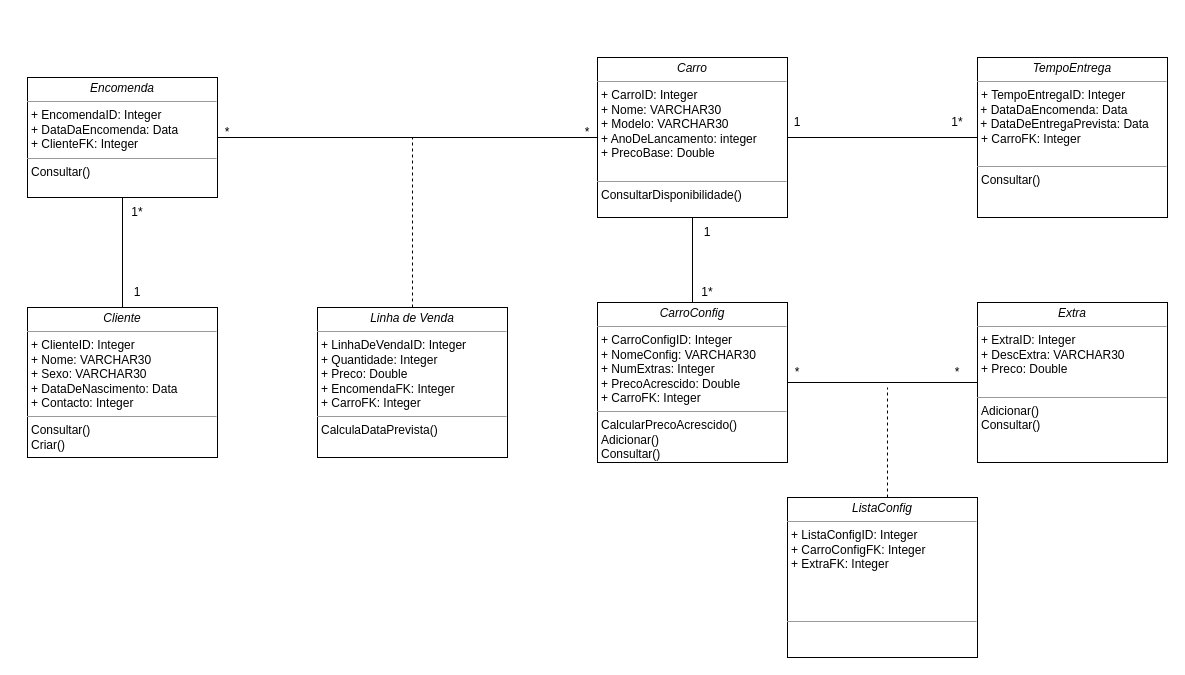
Before: wwwroot/documents/Group3/GuilhermeAlves/Projeto_ES2/DiagramaClassesProjeto/DiagramaDeClassesProjeto.drawio in noellopes/CarManufactoring, a draw.io diagram. Source tidied: cells renumbered, new cells numbered last; positions are measured from the earlier drawing's top-left corner, leaving out a move shared by most shapes. Both pictures are drawn from the tidied source at 100%, with x=0, y=0 at pixel (27, 57).
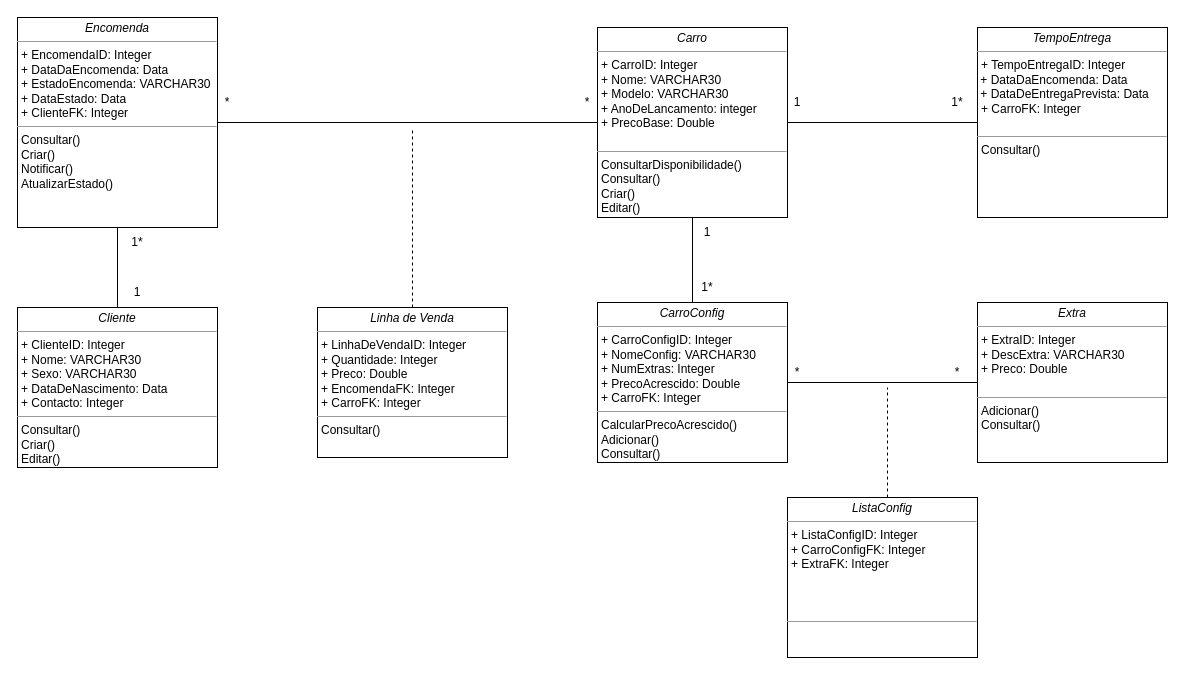
After the change.

The edit, as a diff of the source:
```diff
@@
-    <mxCell id="2" value="&lt;p style=&quot;margin:0px;margin-top:4px;text-align:center;&quot;&gt;&lt;i&gt;Cliente&lt;/i&gt;&lt;/p&gt;&lt;hr size=&quot;1&quot;&gt;&lt;p style=&quot;margin:0px;margin-left:4px;&quot;&gt;+ ClienteID: Integer&lt;br&gt;+ Nome: VARCHAR30&lt;/p&gt;&lt;p style=&quot;margin:0px;margin-left:4px;&quot;&gt;+ Sexo: VARCHAR30&lt;br&gt;&lt;/p&gt;&lt;p style=&quot;margin:0px;margin-left:4px;&quot;&gt;+ DataDeNascimento: Data&lt;br&gt;&lt;/p&gt;&lt;p style=&quot;margin:0px;margin-left:4px;&quot;&gt;+ Contacto: Integer&lt;/p&gt;&lt;hr size=&quot;1&quot;&gt;&lt;p style=&quot;margin:0px;margin-left:4px;&quot;&gt;Consultar()&lt;/p&gt;&lt;p style=&quot;margin:0px;margin-left:4px;&quot;&gt;Criar()&lt;/p&gt;" style="verticalAlign=top;align=left;overflow=fill;fontSize=12;fontFamily=Helvetica;html=1;rounded=0;shadow=0;comic=0;labelBackgroundColor=none;strokeWidth=1;" parent="1" vertex="1">
-      <mxGeometry y="250" width="190" height="150" as="geometry" />
+    <mxCell id="2" value="&lt;p style=&quot;margin:0px;margin-top:4px;text-align:center;&quot;&gt;&lt;i&gt;Cliente&lt;/i&gt;&lt;/p&gt;&lt;hr size=&quot;1&quot;&gt;&lt;p style=&quot;margin:0px;margin-left:4px;&quot;&gt;+ ClienteID: Integer&lt;br&gt;+ Nome: VARCHAR30&lt;/p&gt;&lt;p style=&quot;margin:0px;margin-left:4px;&quot;&gt;+ Sexo: VARCHAR30&lt;br&gt;&lt;/p&gt;&lt;p style=&quot;margin:0px;margin-left:4px;&quot;&gt;+ DataDeNascimento: Data&lt;br&gt;&lt;/p&gt;&lt;p style=&quot;margin:0px;margin-left:4px;&quot;&gt;+ Contacto: Integer&lt;/p&gt;&lt;hr size=&quot;1&quot;&gt;&lt;p style=&quot;margin:0px;margin-left:4px;&quot;&gt;Consultar()&lt;/p&gt;&lt;p style=&quot;margin:0px;margin-left:4px;&quot;&gt;Criar()&lt;/p&gt;&lt;p style=&quot;margin:0px;margin-left:4px;&quot;&gt;Editar()&lt;br&gt;&lt;/p&gt;" style="verticalAlign=top;align=left;overflow=fill;fontSize=12;fontFamily=Helvetica;html=1;rounded=0;shadow=0;comic=0;labelBackgroundColor=none;strokeWidth=1;" parent="1" vertex="1">
+      <mxGeometry x="-10" y="250" width="200" height="160" as="geometry" />
     </mxCell>
-    <mxCell id="3" value="&lt;p style=&quot;margin:0px;margin-top:4px;text-align:center;&quot;&gt;&lt;i&gt;Encomenda&lt;/i&gt;&lt;/p&gt;&lt;hr size=&quot;1&quot;&gt;&lt;p style=&quot;margin:0px;margin-left:4px;&quot;&gt;+ EncomendaID: Integer&lt;br&gt;+ DataDaEncomenda: Data&lt;/p&gt;&lt;p style=&quot;margin:0px;margin-left:4px;&quot;&gt;+ ClienteFK: Integer&lt;/p&gt;&lt;hr size=&quot;1&quot;&gt;&lt;p style=&quot;margin: 0px 0px 0px 4px;&quot;&gt;Consultar()&lt;br&gt;&lt;/p&gt;&lt;p style=&quot;margin: 0px 0px 0px 4px;&quot;&gt;&lt;br&gt;&lt;/p&gt;" style="verticalAlign=top;align=left;overflow=fill;fontSize=12;fontFamily=Helvetica;html=1;rounded=0;shadow=0;comic=0;labelBackgroundColor=none;strokeWidth=1;" parent="1" vertex="1">
-      <mxGeometry y="20" width="190" height="120" as="geometry" />
+    <mxCell id="3" value="&lt;p style=&quot;margin:0px;margin-top:4px;text-align:center;&quot;&gt;&lt;i&gt;Encomenda&lt;/i&gt;&lt;/p&gt;&lt;hr size=&quot;1&quot;&gt;&lt;p style=&quot;margin:0px;margin-left:4px;&quot;&gt;+ EncomendaID: Integer&lt;br&gt;+ DataDaEncomenda: Data&lt;/p&gt;&lt;p style=&quot;margin: 0px 0px 0px 4px;&quot;&gt;+ EstadoEncomenda: VARCHAR30&lt;br&gt;&lt;/p&gt;&lt;p style=&quot;margin: 0px 0px 0px 4px;&quot;&gt;+ DataEstado: Data&lt;/p&gt;&lt;p style=&quot;margin: 0px 0px 0px 4px;&quot;&gt;+ ClienteFK: Integer&lt;br&gt;&lt;/p&gt;&lt;hr size=&quot;1&quot;&gt;&lt;p style=&quot;margin: 0px 0px 0px 4px;&quot;&gt;Consultar()&lt;br&gt;&lt;/p&gt;&lt;p style=&quot;margin: 0px 0px 0px 4px;&quot;&gt;Criar()&lt;/p&gt;&lt;p style=&quot;margin: 0px 0px 0px 4px;&quot;&gt;Notificar()&lt;/p&gt;&lt;p style=&quot;margin: 0px 0px 0px 4px;&quot;&gt;AtualizarEstado()&lt;/p&gt;&lt;p style=&quot;margin: 0px 0px 0px 4px;&quot;&gt;&lt;br&gt;&lt;/p&gt;" style="verticalAlign=top;align=left;overflow=fill;fontSize=12;fontFamily=Helvetica;html=1;rounded=0;shadow=0;comic=0;labelBackgroundColor=none;strokeWidth=1;" parent="1" vertex="1">
+      <mxGeometry x="-10" y="-40" width="200" height="210" as="geometry" />
     </mxCell>
-    <mxCell id="4" value="&lt;p style=&quot;margin:0px;margin-top:4px;text-align:center;&quot;&gt;&lt;i&gt;Carro&lt;/i&gt;&lt;/p&gt;&lt;hr size=&quot;1&quot;&gt;&lt;p style=&quot;margin:0px;margin-left:4px;&quot;&gt;+ CarroID: Integer&lt;br&gt;+ Nome: VARCHAR30&lt;/p&gt;&lt;p style=&quot;margin:0px;margin-left:4px;&quot;&gt;+ Modelo: VARCHAR30&lt;br&gt;&lt;/p&gt;&lt;p style=&quot;margin:0px;margin-left:4px;&quot;&gt;+ AnoDeLancamento: integer&lt;br&gt;&lt;/p&gt;&lt;p style=&quot;margin:0px;margin-left:4px;&quot;&gt;+ PrecoBase: Double&lt;/p&gt;&lt;p style=&quot;margin:0px;margin-left:4px;&quot;&gt;&lt;br&gt;&lt;/p&gt;&lt;hr size=&quot;1&quot;&gt;&lt;p style=&quot;margin: 0px 0px 0px 4px;&quot;&gt;ConsultarDisponibilidade()&lt;br&gt;&lt;/p&gt;&lt;p style=&quot;margin: 0px 0px 0px 4px;&quot;&gt;&lt;br&gt;&lt;/p&gt;" style="verticalAlign=top;align=left;overflow=fill;fontSize=12;fontFamily=Helvetica;html=1;rounded=0;shadow=0;comic=0;labelBackgroundColor=none;strokeWidth=1;" parent="1" vertex="1">
-      <mxGeometry x="570" width="190" height="160" as="geometry" />
+    <mxCell id="4" value="&lt;p style=&quot;margin:0px;margin-top:4px;text-align:center;&quot;&gt;&lt;i&gt;Carro&lt;/i&gt;&lt;/p&gt;&lt;hr size=&quot;1&quot;&gt;&lt;p style=&quot;margin:0px;margin-left:4px;&quot;&gt;+ CarroID: Integer&lt;br&gt;+ Nome: VARCHAR30&lt;/p&gt;&lt;p style=&quot;margin:0px;margin-left:4px;&quot;&gt;+ Modelo: VARCHAR30&lt;br&gt;&lt;/p&gt;&lt;p style=&quot;margin:0px;margin-left:4px;&quot;&gt;+ AnoDeLancamento: integer&lt;br&gt;&lt;/p&gt;&lt;p style=&quot;margin:0px;margin-left:4px;&quot;&gt;+ PrecoBase: Double&lt;/p&gt;&lt;p style=&quot;margin:0px;margin-left:4px;&quot;&gt;&lt;br&gt;&lt;/p&gt;&lt;hr size=&quot;1&quot;&gt;&lt;p style=&quot;margin: 0px 0px 0px 4px;&quot;&gt;ConsultarDisponibilidade()&lt;br&gt;&lt;/p&gt;&lt;p style=&quot;margin: 0px 0px 0px 4px;&quot;&gt;Consultar()&lt;/p&gt;&lt;p style=&quot;margin: 0px 0px 0px 4px;&quot;&gt;Criar()&lt;/p&gt;&lt;p style=&quot;margin: 0px 0px 0px 4px;&quot;&gt;Editar()&lt;br&gt;&lt;/p&gt;&lt;p style=&quot;margin: 0px 0px 0px 4px;&quot;&gt;&lt;br&gt;&lt;/p&gt;" style="verticalAlign=top;align=left;overflow=fill;fontSize=12;fontFamily=Helvetica;html=1;rounded=0;shadow=0;comic=0;labelBackgroundColor=none;strokeWidth=1;" parent="1" vertex="1">
+      <mxGeometry x="570" y="-30" width="190" height="190" as="geometry" />
     </mxCell>
-    <mxCell id="5" value="&lt;p style=&quot;margin:0px;margin-top:4px;text-align:center;&quot;&gt;&lt;i&gt;Linha de Venda&lt;/i&gt;&lt;/p&gt;&lt;hr size=&quot;1&quot;&gt;&lt;p style=&quot;margin:0px;margin-left:4px;&quot;&gt;+ LinhaDeVendaID: Integer&lt;/p&gt;&lt;p style=&quot;margin:0px;margin-left:4px;&quot;&gt;+ Quantidade: Integer&lt;br&gt;+ Preco: Double&lt;/p&gt;&lt;p style=&quot;margin:0px;margin-left:4px;&quot;&gt;+ EncomendaFK: Integer&lt;br&gt;&lt;/p&gt;&lt;p style=&quot;margin:0px;margin-left:4px;&quot;&gt;+ CarroFK: Integer&lt;/p&gt;&lt;hr size=&quot;1&quot;&gt;&lt;p style=&quot;margin:0px;margin-left:4px;&quot;&gt;&lt;span style=&quot;background-color: initial;&quot;&gt;CalculaDataPrevista()&lt;/span&gt;&lt;br&gt;&lt;/p&gt;" style="verticalAlign=top;align=left;overflow=fill;fontSize=12;fontFamily=Helvetica;html=1;rounded=0;shadow=0;comic=0;labelBackgroundColor=none;strokeWidth=1;" parent="1" vertex="1">
+    <mxCell id="5" value="&lt;p style=&quot;margin:0px;margin-top:4px;text-align:center;&quot;&gt;&lt;i&gt;Linha de Venda&lt;/i&gt;&lt;/p&gt;&lt;hr size=&quot;1&quot;&gt;&lt;p style=&quot;margin:0px;margin-left:4px;&quot;&gt;+ LinhaDeVendaID: Integer&lt;/p&gt;&lt;p style=&quot;margin:0px;margin-left:4px;&quot;&gt;+ Quantidade: Integer&lt;br&gt;+ Preco: Double&lt;/p&gt;&lt;p style=&quot;margin:0px;margin-left:4px;&quot;&gt;+ EncomendaFK: Integer&lt;br&gt;&lt;/p&gt;&lt;p style=&quot;margin:0px;margin-left:4px;&quot;&gt;+ CarroFK: Integer&lt;/p&gt;&lt;hr size=&quot;1&quot;&gt;&lt;p style=&quot;margin:0px;margin-left:4px;&quot;&gt;&lt;span style=&quot;background-color: initial;&quot;&gt;Consultar()&lt;/span&gt;&lt;br&gt;&lt;/p&gt;" style="verticalAlign=top;align=left;overflow=fill;fontSize=12;fontFamily=Helvetica;html=1;rounded=0;shadow=0;comic=0;labelBackgroundColor=none;strokeWidth=1;" parent="1" vertex="1">
       <mxGeometry x="290" y="250" width="190" height="150" as="geometry" />
     </mxCell>
@@
     <mxCell id="8" value="1*" style="text;html=1;strokeColor=none;fillColor=none;align=center;verticalAlign=middle;whiteSpace=wrap;rounded=0;" parent="1" vertex="1">
-      <mxGeometry x="80" y="140" width="60" height="30" as="geometry" />
+      <mxGeometry x="80" y="170" width="60" height="30" as="geometry" />
     </mxCell>
@@
     <mxCell id="10" value="*" style="text;html=1;strokeColor=none;fillColor=none;align=center;verticalAlign=middle;whiteSpace=wrap;rounded=0;" parent="1" vertex="1">
-      <mxGeometry x="170" y="60" width="60" height="30" as="geometry" />
+      <mxGeometry x="170" y="30" width="60" height="30" as="geometry" />
     </mxCell>
     <mxCell id="11" value="*" style="text;html=1;strokeColor=none;fillColor=none;align=center;verticalAlign=middle;whiteSpace=wrap;rounded=0;" parent="1" vertex="1">
-      <mxGeometry x="530" y="60" width="60" height="30" as="geometry" />
+      <mxGeometry x="530" y="30" width="60" height="30" as="geometry" />
     </mxCell>
     <mxCell id="12" style="endArrow=none;dashed=1;html=1;rounded=0;exitX=0.5;exitY=0;exitDx=0;exitDy=0;" parent="1" edge="1" source="5">
       <mxGeometry relative="1" as="geometry">
-        <mxPoint x="385" y="80" as="targetPoint" />
+        <mxPoint x="385" y="70" as="targetPoint" />
       </mxGeometry>
     </mxCell>
     <mxCell id="13" value="&lt;p style=&quot;margin:0px;margin-top:4px;text-align:center;&quot;&gt;&lt;i&gt;TempoEntrega&lt;/i&gt;&lt;/p&gt;&lt;hr size=&quot;1&quot;&gt;&lt;p style=&quot;margin:0px;margin-left:4px;&quot;&gt;+ TempoEntregaID: Integer&lt;/p&gt;&amp;nbsp;+ DataDaEncomenda: Data&lt;br&gt;&amp;nbsp;+ DataDeEntregaPrevista: Data&lt;br&gt;&lt;p style=&quot;margin:0px;margin-left:4px;&quot;&gt;+ CarroFK: Integer&lt;/p&gt;&lt;p style=&quot;margin:0px;margin-left:4px;&quot;&gt;&lt;br&gt;&lt;/p&gt;&lt;hr size=&quot;1&quot;&gt;&lt;p style=&quot;margin: 0px 0px 0px 4px;&quot;&gt;Consultar()&lt;br&gt;&lt;/p&gt;&lt;p style=&quot;margin: 0px 0px 0px 4px;&quot;&gt;&lt;br&gt;&lt;/p&gt;&lt;p style=&quot;margin: 0px 0px 0px 4px;&quot;&gt;&lt;br&gt;&lt;/p&gt;" style="verticalAlign=top;align=left;overflow=fill;fontSize=12;fontFamily=Helvetica;html=1;rounded=0;shadow=0;comic=0;labelBackgroundColor=none;strokeWidth=1;" parent="1" vertex="1">
-      <mxGeometry x="950" width="190" height="160" as="geometry" />
+      <mxGeometry x="950" y="-30" width="190" height="190" as="geometry" />
     </mxCell>
     <mxCell id="14" value="1" style="text;html=1;strokeColor=none;fillColor=none;align=center;verticalAlign=middle;whiteSpace=wrap;rounded=0;" parent="1" vertex="1">
-      <mxGeometry x="740" y="50" width="60" height="30" as="geometry" />
+      <mxGeometry x="740" y="30" width="60" height="30" as="geometry" />
     </mxCell>
@@
     <mxCell id="16" value="1*" style="text;html=1;strokeColor=none;fillColor=none;align=center;verticalAlign=middle;whiteSpace=wrap;rounded=0;" parent="1" vertex="1">
-      <mxGeometry x="900" y="50" width="60" height="30" as="geometry" />
+      <mxGeometry x="900" y="30" width="60" height="30" as="geometry" />
     </mxCell>
@@
     <mxCell id="20" value="1*" style="text;html=1;strokeColor=none;fillColor=none;align=center;verticalAlign=middle;whiteSpace=wrap;rounded=0;" parent="1" vertex="1">
-      <mxGeometry x="650" y="220" width="60" height="30" as="geometry" />
+      <mxGeometry x="650" y="215" width="60" height="30" as="geometry" />
     </mxCell>
```
